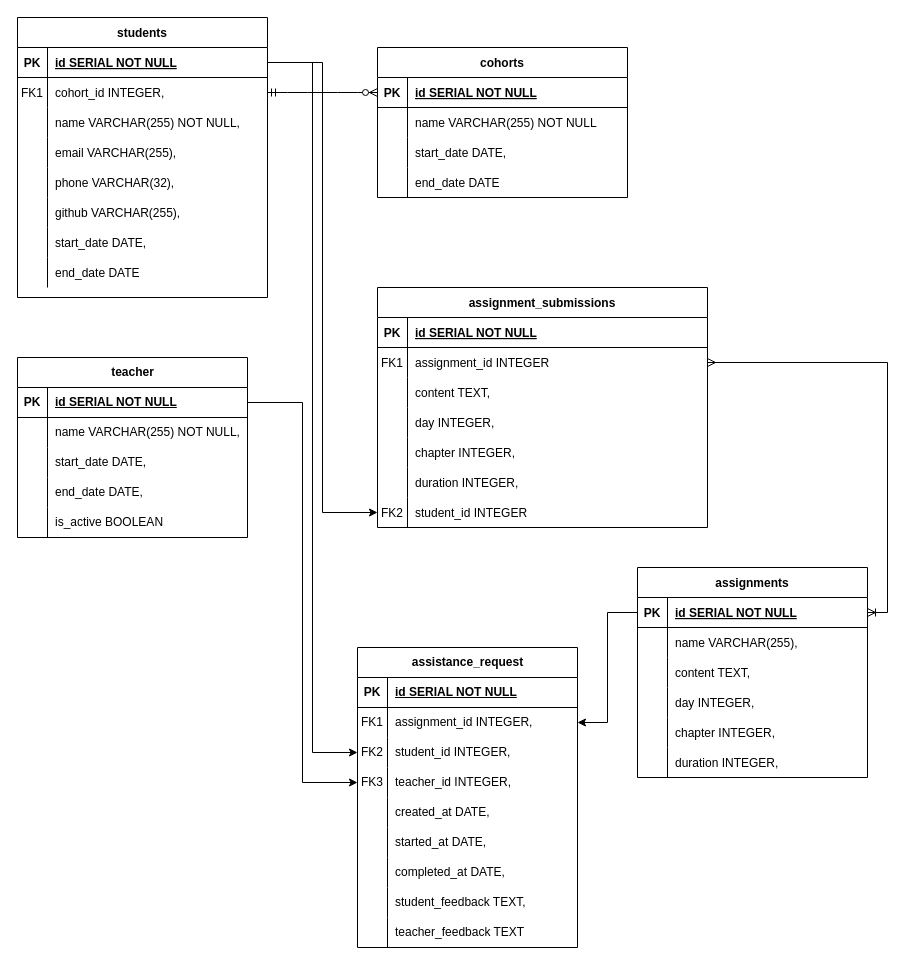
The draw.io diagram BootcampX Diagram.drawio in Atkinss1/bootcampX, before the edit. Source tidied: cells renumbered, new cells numbered last; positions are measured from the earlier drawing's top-left corner, leaving out a move shared by most shapes. Both pictures are drawn from the tidied source at 100%, with x=0, y=0 at pixel (17, 17).
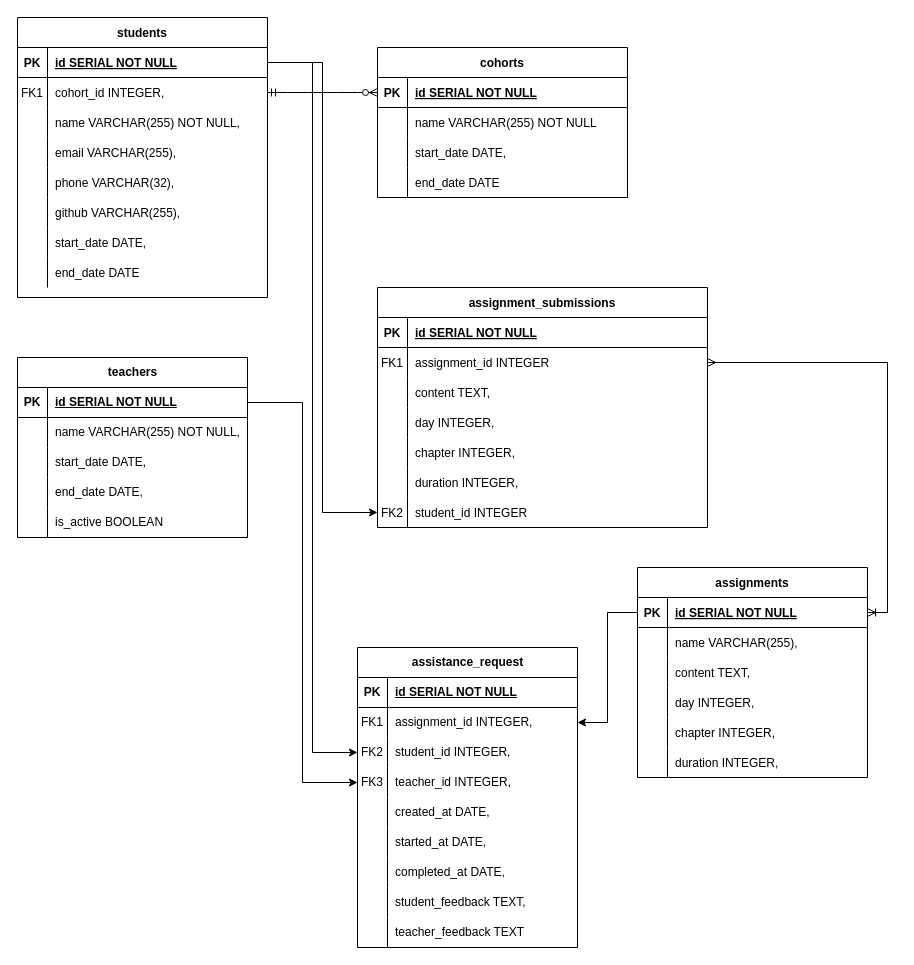
The same diagram, later.

Commit message:
refactor data in teachers/assistance_request

What changed in the source:
```diff
@@
-    <mxCell id="83" value="teacher" style="shape=table;startSize=30;childLayout=tableLayout;rowLines=0;fontStyle=1;align=center;html=1;" parent="1" vertex="1">
+    <mxCell id="83" value="teachers" style="shape=table;startSize=30;childLayout=tableLayout;rowLines=0;fontStyle=1;align=center;html=1;" parent="1" vertex="1">
       <mxGeometry y="340" width="230" height="180" as="geometry" />
     </mxCell>
```
